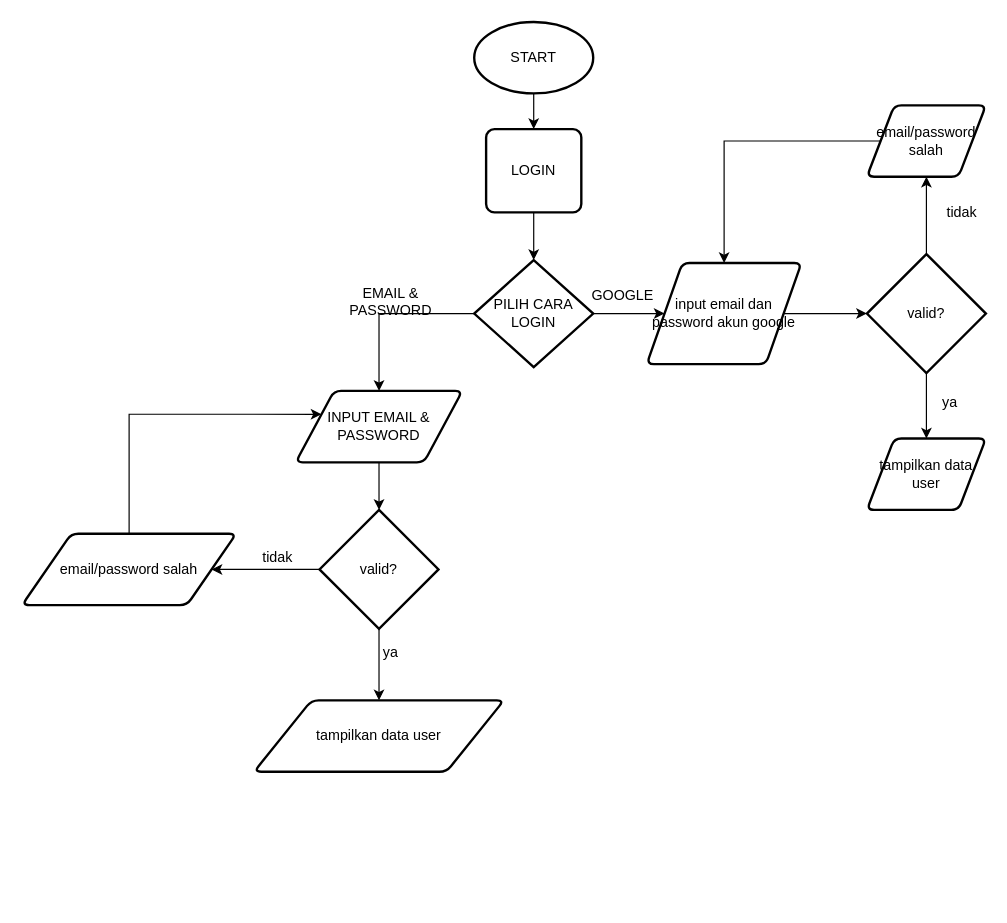
Before: Untitled Diagram.drawio in AndikaPrsty/skill-test, a draw.io diagram. Source tidied: cells renumbered, new cells numbered last; positions are measured from the earlier drawing's top-left corner, leaving out a move shared by most shapes. Both pictures are drawn from the tidied source at 119%, with x=0, y=0 at pixel (21, 21).
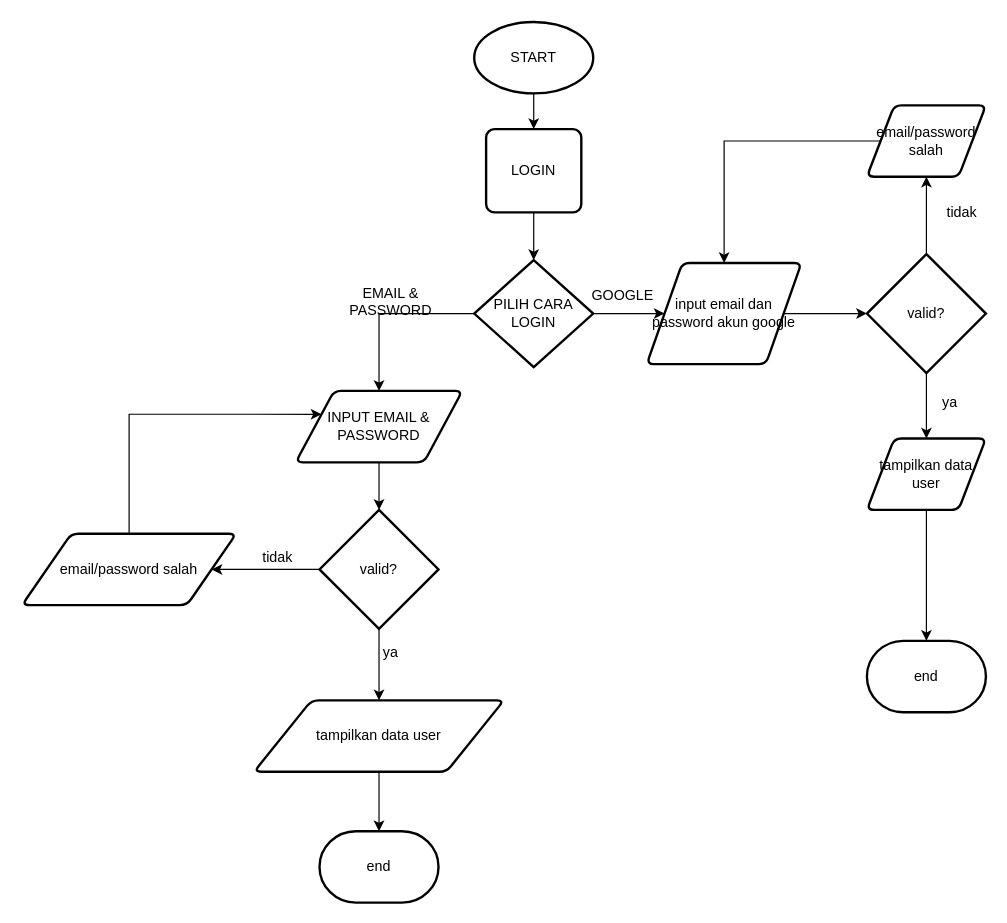
The same diagram, later.

Unchanged cells that the change refers to:
```xml
<mxCell id="19" value="tampilkan data user" style="shape=parallelogram;html=1;strokeWidth=2;perimeter=parallelogramPerimeter;whiteSpace=wrap;rounded=1;arcSize=12;size=0.23;" parent="1" vertex="1">
  <mxGeometry x="195" y="570" width="210" height="60" as="geometry" />
</mxCell>
<mxCell id="28" value="tampilkan data user" style="shape=parallelogram;html=1;strokeWidth=2;perimeter=parallelogramPerimeter;whiteSpace=wrap;rounded=1;arcSize=12;size=0.23;" parent="1" vertex="1">
  <mxGeometry x="710" y="350" width="100" height="60" as="geometry" />
</mxCell>
```

What changed in the source:
```diff
@@
+    <mxCell id="31" style="edgeStyle=orthogonalEdgeStyle;rounded=0;jettySize=auto;html=1;" parent="1" edge="1" source="19" target="33">
+      <mxGeometry relative="1" as="geometry" />
+    </mxCell>
@@
+    <mxCell id="32" style="edgeStyle=orthogonalEdgeStyle;rounded=0;jettySize=auto;html=1;" parent="1" edge="1" source="28" target="34">
+      <mxGeometry relative="1" as="geometry" />
+    </mxCell>
@@
+    <mxCell id="33" value="end" style="strokeWidth=2;html=1;shape=mxgraph.flowchart.terminator;whiteSpace=wrap;" parent="1" vertex="1">
+      <mxGeometry x="250" y="680" width="100" height="60" as="geometry" />
+    </mxCell>
+    <mxCell id="34" value="end" style="strokeWidth=2;html=1;shape=mxgraph.flowchart.terminator;whiteSpace=wrap;" parent="1" vertex="1">
+      <mxGeometry x="710" y="520" width="100" height="60" as="geometry" />
+    </mxCell>
```
